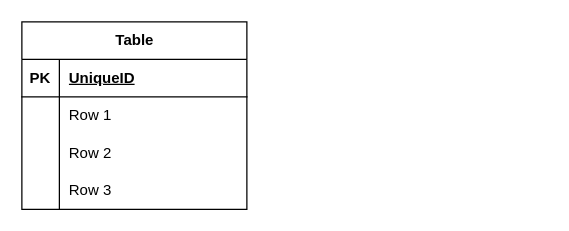
The draw.io diagram M02_RA6.drawio in victor06-git/base_de_dades, before the edit. Source tidied: cells renumbered, new cells numbered last; positions are measured from the earlier drawing's top-left corner, leaving out a move shared by most shapes. Both pictures are drawn from the tidied source at 125%, with x=0, y=0 at pixel (21, 21).
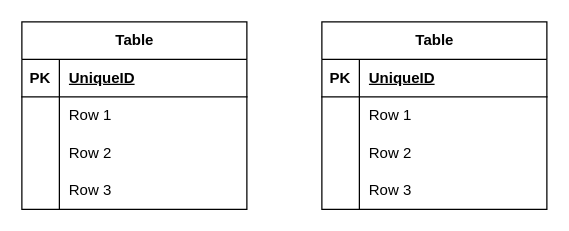
The same diagram, later.

Diff of the diagram source:
```diff
@@
+    <mxCell id="15" value="Table" style="shape=table;startSize=30;childLayout=tableLayout;rowLines=0;fontStyle=1;align=center;html=1;" parent="1" vertex="1">
+      <mxGeometry x="240" width="180" height="150" as="geometry" />
+    </mxCell>
+    <mxCell id="16" style="shape=tableRow;horizontal=0;startSize=0;swimlaneHead=0;swimlaneBody=0;fillColor=none;top=0;left=0;right=0;bottom=1;" parent="15" vertex="1">
+      <mxGeometry y="30" width="180" height="30" as="geometry" />
+    </mxCell>
+    <mxCell id="17" value="PK" style="shape=partialRectangle;fillColor=none;top=0;left=0;bottom=0;right=0;fontStyle=1;overflow=hidden;whiteSpace=wrap;html=1;" parent="16" vertex="1">
+      <mxGeometry width="30" height="30" as="geometry" />
+    </mxCell>
+    <mxCell id="18" value="UniqueID" style="shape=partialRectangle;fillColor=none;top=0;left=0;bottom=0;right=0;align=left;spacingLeft=6;fontStyle=5;overflow=hidden;whiteSpace=wrap;html=1;" parent="16" vertex="1">
+      <mxGeometry x="30" width="150" height="30" as="geometry" />
+    </mxCell>
+    <mxCell id="19" style="shape=tableRow;horizontal=0;startSize=0;swimlaneHead=0;swimlaneBody=0;fillColor=none;top=0;left=0;right=0;bottom=0;" parent="15" vertex="1">
+      <mxGeometry y="60" width="180" height="30" as="geometry" />
+    </mxCell>
+    <mxCell id="20" style="shape=partialRectangle;fillColor=none;top=0;left=0;bottom=0;right=0;overflow=hidden;whiteSpace=wrap;html=1;" parent="19" vertex="1">
+      <mxGeometry width="30" height="30" as="geometry" />
+    </mxCell>
+    <mxCell id="21" value="Row 1" style="shape=partialRectangle;fillColor=none;top=0;left=0;bottom=0;right=0;align=left;spacingLeft=6;overflow=hidden;whiteSpace=wrap;html=1;" parent="19" vertex="1">
+      <mxGeometry x="30" width="150" height="30" as="geometry" />
+    </mxCell>
+    <mxCell id="22" style="shape=tableRow;horizontal=0;startSize=0;swimlaneHead=0;swimlaneBody=0;fillColor=none;top=0;left=0;right=0;bottom=0;" parent="15" vertex="1">
+      <mxGeometry y="90" width="180" height="30" as="geometry" />
+    </mxCell>
+    <mxCell id="23" style="shape=partialRectangle;fillColor=none;top=0;left=0;bottom=0;right=0;overflow=hidden;whiteSpace=wrap;html=1;" parent="22" vertex="1">
+      <mxGeometry width="30" height="30" as="geometry" />
+    </mxCell>
+    <mxCell id="24" value="Row 2" style="shape=partialRectangle;fillColor=none;top=0;left=0;bottom=0;right=0;align=left;spacingLeft=6;overflow=hidden;whiteSpace=wrap;html=1;" parent="22" vertex="1">
+      <mxGeometry x="30" width="150" height="30" as="geometry" />
+    </mxCell>
+    <mxCell id="25" style="shape=tableRow;horizontal=0;startSize=0;swimlaneHead=0;swimlaneBody=0;fillColor=none;top=0;left=0;right=0;bottom=0;" parent="15" vertex="1">
+      <mxGeometry y="120" width="180" height="30" as="geometry" />
+    </mxCell>
+    <mxCell id="26" style="shape=partialRectangle;fillColor=none;top=0;left=0;bottom=0;right=0;overflow=hidden;whiteSpace=wrap;html=1;" parent="25" vertex="1">
+      <mxGeometry width="30" height="30" as="geometry" />
+    </mxCell>
+    <mxCell id="27" value="Row 3" style="shape=partialRectangle;fillColor=none;top=0;left=0;bottom=0;right=0;align=left;spacingLeft=6;overflow=hidden;whiteSpace=wrap;html=1;" parent="25" vertex="1">
+      <mxGeometry x="30" width="150" height="30" as="geometry" />
+    </mxCell>
```
